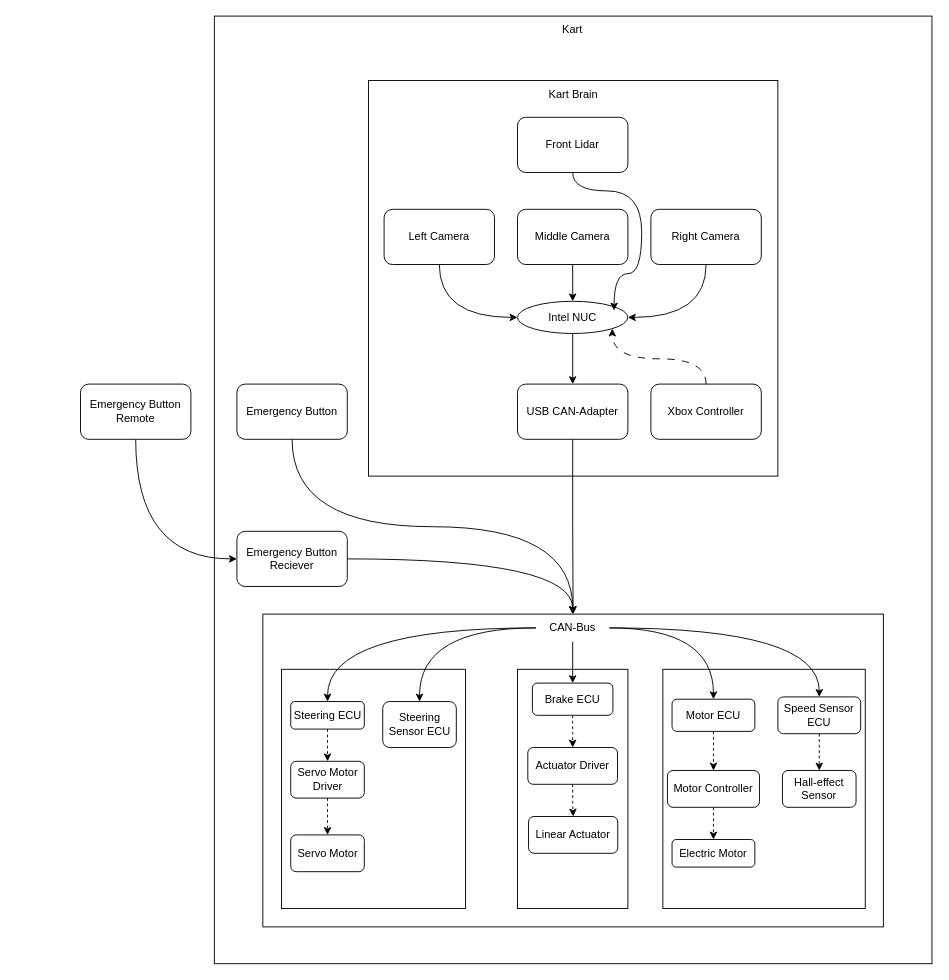
Above: Documentatie/Ontwerpen/Architectuur Diagram.drawio in BruddaCode/SDC-TFF-Project7-8 (draw.io), before the change. Source tidied: cells renumbered, new cells numbered last; positions are measured from the earlier drawing's top-left corner, leaving out a move shared by most shapes. Both pictures are drawn from the tidied source at 92%, with x=0, y=0 at pixel (80, 16).
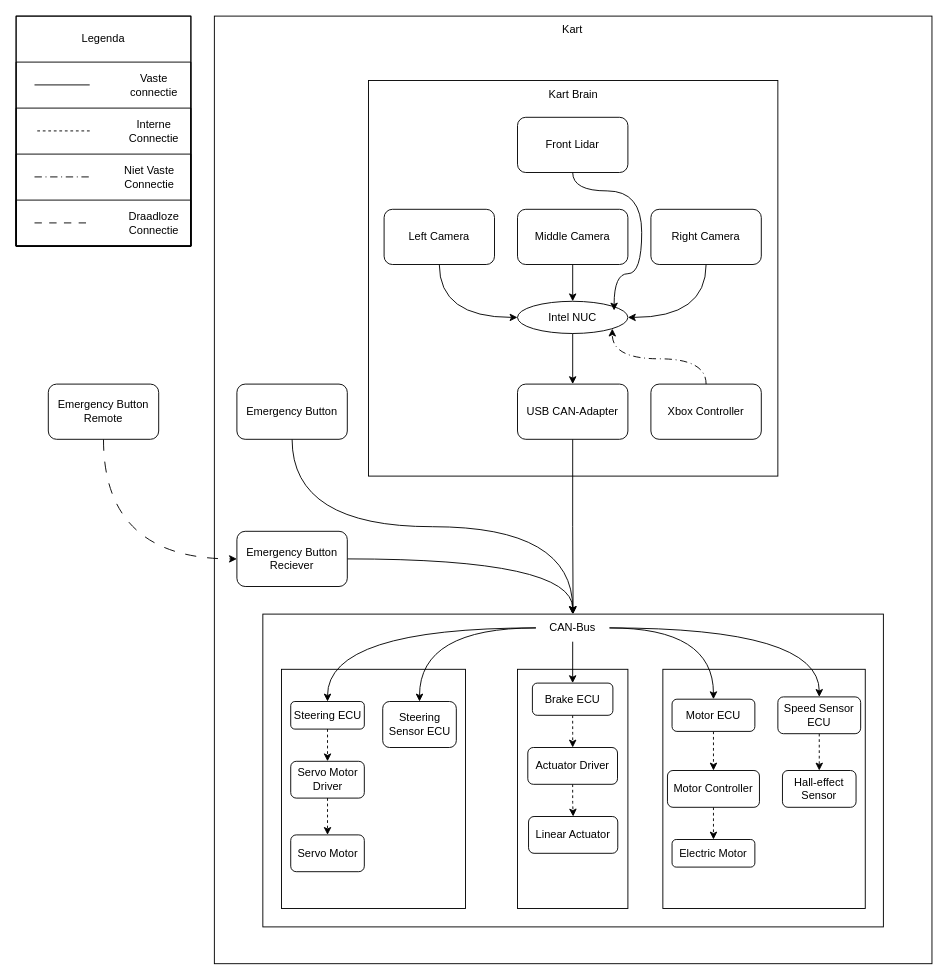
The same diagram, later.

The change refers to these unchanged cells:
```xml
<mxCell id="4" value="Intel NUC" style="ellipse;whiteSpace=wrap;html=1;" parent="1" vertex="1">
  <mxGeometry x="475" y="310" width="120" height="35" as="geometry" />
</mxCell>
<mxCell id="12" value="Xbox Controller" style="rounded=1;whiteSpace=wrap;html=1;" parent="1" vertex="1">
  <mxGeometry x="620" y="400" width="120" height="60" as="geometry" />
</mxCell>
<mxCell id="54" value="Emergency Button Reciever" style="rounded=1;whiteSpace=wrap;html=1;" parent="1" vertex="1">
  <mxGeometry x="170" y="560" width="120" height="60" as="geometry" />
</mxCell>
```

Diff of the diagram source:
```diff
@@
-    <mxCell id="16" style="endArrow=classic;startArrow=none;html=1;rounded=0;entryX=1;entryY=1;entryDx=0;entryDy=0;exitX=0.5;exitY=0;exitDx=0;exitDy=0;edgeStyle=orthogonalEdgeStyle;curved=1;startFill=0;dashed=1;dashPattern=8 8;" parent="1" edge="1" source="12" target="4">
+    <mxCell id="16" style="endArrow=classic;startArrow=none;html=1;rounded=0;entryX=1;entryY=1;entryDx=0;entryDy=0;exitX=0.5;exitY=0;exitDx=0;exitDy=0;edgeStyle=orthogonalEdgeStyle;curved=1;startFill=0;dashed=1;dashPattern=8 4 1 4;" parent="1" edge="1" source="12" target="4">
       <mxGeometry relative="1" as="geometry" />
     </mxCell>
@@
-    <mxCell id="45" style="edgeStyle=orthogonalEdgeStyle;rounded=0;jettySize=auto;html=1;exitX=0.5;exitY=1;exitDx=0;exitDy=0;entryX=0;entryY=0.5;entryDx=0;entryDy=0;curved=1;" parent="1" edge="1" source="46" target="54">
+    <mxCell id="45" style="edgeStyle=orthogonalEdgeStyle;rounded=0;jettySize=auto;html=1;exitX=0.5;exitY=1;exitDx=0;exitDy=0;entryX=0;entryY=0.5;entryDx=0;entryDy=0;curved=1;dashed=1;dashPattern=12 12;" parent="1" edge="1" source="46" target="54">
       <mxGeometry relative="1" as="geometry" />
     </mxCell>
     <mxCell id="46" value="Emergency Button Remote" style="rounded=1;whiteSpace=wrap;html=1;" parent="1" vertex="1">
-      <mxGeometry y="400" width="120" height="60" as="geometry" />
+      <mxGeometry x="-35" y="400" width="120" height="60" as="geometry" />
     </mxCell>
@@
+    <mxCell id="55" style="rounded=0;whiteSpace=wrap;html=1;" parent="1" vertex="1">
+      <mxGeometry x="-70" width="190" height="250" as="geometry" />
+    </mxCell>
+    <mxCell id="56" style="endArrow=none;dashed=1;html=1;rounded=0;" parent="1" edge="1">
+      <mxGeometry relative="1" as="geometry">
+        <mxPoint x="10" y="124.8" as="sourcePoint" />
+        <mxPoint x="-50" y="124.8" as="targetPoint" />
+      </mxGeometry>
+    </mxCell>
+    <mxCell id="57" style="endArrow=none;html=1;rounded=0;" parent="1" edge="1">
+      <mxGeometry relative="1" as="geometry">
+        <mxPoint x="-50" y="74.8" as="sourcePoint" />
+        <mxPoint x="10" y="74.8" as="targetPoint" />
+      </mxGeometry>
+    </mxCell>
+    <mxCell id="58" style="endArrow=none;html=1;rounded=0;dashed=1;dashPattern=8 4 1 4;" parent="1" edge="1">
+      <mxGeometry relative="1" as="geometry">
+        <mxPoint x="-50" y="174.8" as="sourcePoint" />
+        <mxPoint x="10" y="174.8" as="targetPoint" />
+      </mxGeometry>
+    </mxCell>
+    <mxCell id="59" style="endArrow=none;html=1;rounded=0;dashed=1;dashPattern=8 8;" parent="1" edge="1">
+      <mxGeometry relative="1" as="geometry">
+        <mxPoint x="-50" y="224.8" as="sourcePoint" />
+        <mxPoint x="10" y="224.8" as="targetPoint" />
+      </mxGeometry>
+    </mxCell>
+    <mxCell id="60" value="Legenda" style="text;html=1;whiteSpace=wrap;strokeColor=none;fillColor=none;align=center;verticalAlign=middle;rounded=0;" parent="1" vertex="1">
+      <mxGeometry x="-5" y="10" width="60" height="30" as="geometry" />
+    </mxCell>
+    <mxCell id="61" value="Vaste connectie" style="text;html=1;whiteSpace=wrap;strokeColor=none;fillColor=none;align=center;verticalAlign=middle;rounded=0;" parent="1" vertex="1">
+      <mxGeometry x="50" y="60" width="60" height="30" as="geometry" />
+    </mxCell>
+    <mxCell id="62" value="Interne Connectie" style="text;html=1;whiteSpace=wrap;strokeColor=none;fillColor=none;align=center;verticalAlign=middle;rounded=0;" parent="1" vertex="1">
+      <mxGeometry x="50" y="110" width="60" height="30" as="geometry" />
+    </mxCell>
+    <mxCell id="63" value="Niet Vaste Connectie" style="text;html=1;whiteSpace=wrap;strokeColor=none;fillColor=none;align=center;verticalAlign=middle;rounded=0;" parent="1" vertex="1">
+      <mxGeometry x="40" y="160" width="70" height="30" as="geometry" />
+    </mxCell>
+    <mxCell id="64" value="Draadloze Connectie" style="text;html=1;whiteSpace=wrap;strokeColor=none;fillColor=none;align=center;verticalAlign=middle;rounded=0;" parent="1" vertex="1">
+      <mxGeometry x="50" y="210" width="60" height="30" as="geometry" />
+    </mxCell>
+    <mxCell id="65" style="swimlane;startSize=0;" parent="1" vertex="1">
+      <mxGeometry x="-70" width="190" height="250" as="geometry" />
+    </mxCell>
+    <mxCell id="66" style="swimlane;startSize=0;" parent="65" vertex="1">
+      <mxGeometry y="50" width="190" height="200" as="geometry" />
+    </mxCell>
+    <mxCell id="67" style="swimlane;startSize=0;" parent="66" vertex="1">
+      <mxGeometry y="50" width="190" height="150" as="geometry" />
+    </mxCell>
+    <mxCell id="68" style="swimlane;startSize=0;" parent="67" vertex="1">
+      <mxGeometry y="50" width="190" height="100" as="geometry" />
+    </mxCell>
+    <mxCell id="69" style="swimlane;startSize=0;" parent="68" vertex="1">
+      <mxGeometry y="50" width="190" height="50" as="geometry" />
+    </mxCell>
```
